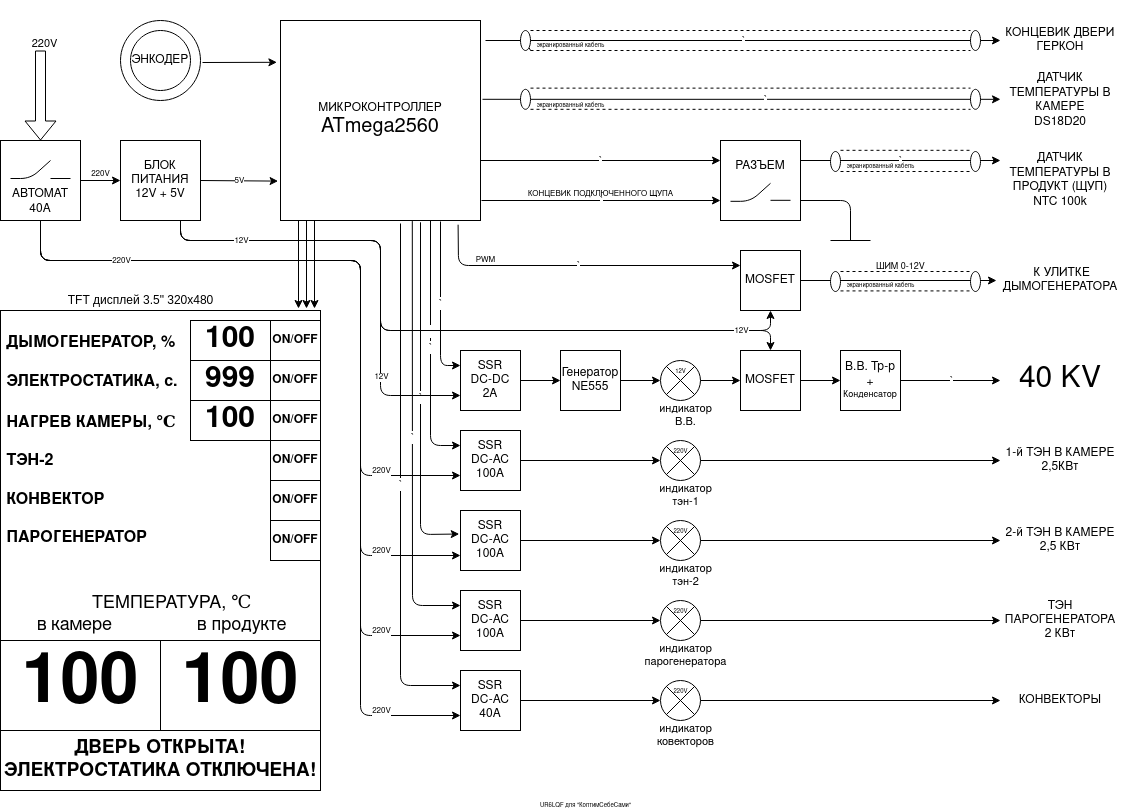
Earlier version of the draw.io export kopv5mk.png (jekavovikovich/jekavovikovich). Source tidied: cells renumbered, new cells last; positions are measured from the earlier drawing's top-left corner, leaving out a move shared by most shapes.
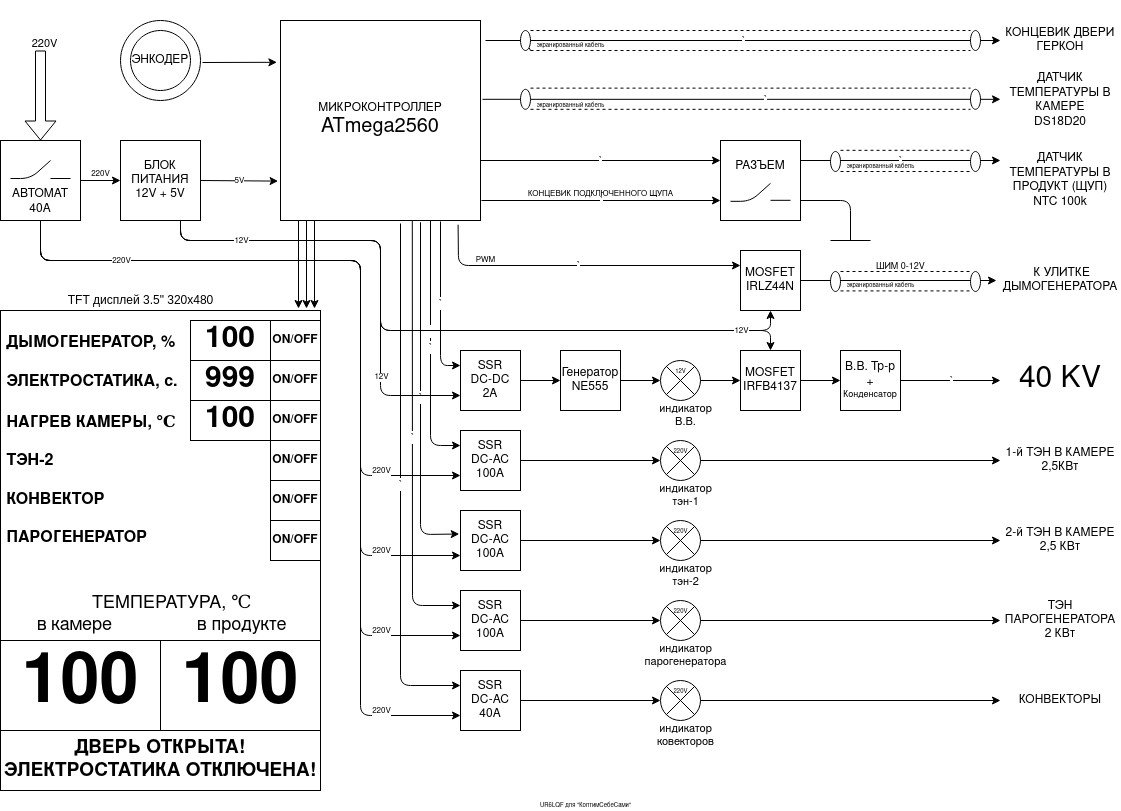
After the change.

What changed in the source:
```diff
@@ -109,7 +109,7 @@
     <mxCell id="30" style="edgeStyle=orthogonalEdgeStyle;rounded=0;jettySize=auto;html=1;" parent="1" edge="1" source="31" target="32">
       <mxGeometry relative="1" as="geometry" />
     </mxCell>
-    <mxCell id="31" value="MOSFET" style="whiteSpace=wrap;html=1;" parent="1" vertex="1">
+    <mxCell id="31" value="&lt;div&gt;MOSFET&lt;/div&gt;&lt;div&gt;IRFB4137&lt;br&gt;&lt;/div&gt;" style="whiteSpace=wrap;html=1;" parent="1" vertex="1">
       <mxGeometry x="740" y="350" width="60" height="60" as="geometry" />
     </mxCell>
     <mxCell id="32" value="&lt;div&gt;&lt;font style=&quot;font-size: 12px&quot;&gt;В.В. Тр-р&lt;/font&gt;&lt;/div&gt;&lt;div&gt;&lt;font style=&quot;font-size: 12px&quot;&gt;+&lt;/font&gt;&lt;/div&gt;&lt;div style=&quot;font-size: 9px&quot;&gt;&lt;font style=&quot;font-size: 9px&quot;&gt;Конденсатор&lt;/font&gt;&lt;/div&gt;" style="whiteSpace=wrap;html=1;" parent="1" vertex="1">
@@ -121,7 +121,7 @@
     <mxCell id="34" value="&lt;font style=&quot;font-size: 30px&quot;&gt;40 KV&lt;/font&gt;" style="text;html=1;strokeColor=none;fillColor=none;align=center;verticalAlign=middle;whiteSpace=wrap;rounded=0;" parent="1" vertex="1">
       <mxGeometry x="1000" y="340" width="120" height="80" as="geometry" />
     </mxCell>
-    <mxCell id="35" value="&lt;div&gt;MOSFET&lt;/div&gt;" style="whiteSpace=wrap;html=1;" parent="1" vertex="1">
+    <mxCell id="35" value="&lt;div&gt;MOSFET&lt;/div&gt;&lt;div&gt;IRLZ44N&lt;br&gt;&lt;/div&gt;" style="whiteSpace=wrap;html=1;" parent="1" vertex="1">
       <mxGeometry x="740" y="250" width="60" height="60" as="geometry" />
     </mxCell>
     <mxCell id="36" value="&lt;font style=&quot;font-size: 12px&quot;&gt;&amp;nbsp;К УЛИТКЕ ДЫМОГЕНЕРАТОРА&lt;/font&gt;" style="text;html=1;strokeColor=none;fillColor=none;align=center;verticalAlign=middle;whiteSpace=wrap;rounded=0;" parent="1" vertex="1">
```
